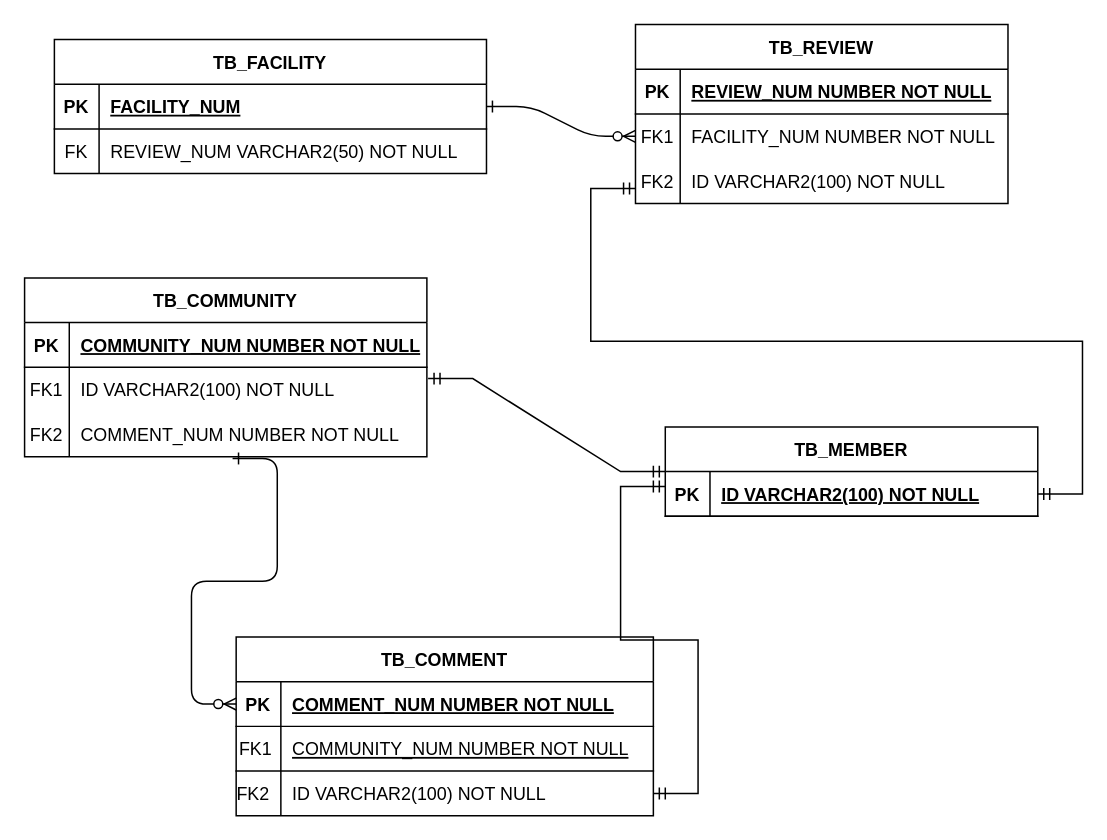
rimgosu/ProjectStudy keeps this draw.io diagram as document/제목 없는 다이어그램.drawio. Above is the earlier version. Source tidied: cells renumbered, new cells numbered last; positions are measured from the earlier drawing's top-left corner, leaving out a move shared by most shapes. Both pictures are drawn from the tidied source at 149%, with x=0, y=0 at pixel (24, 24).
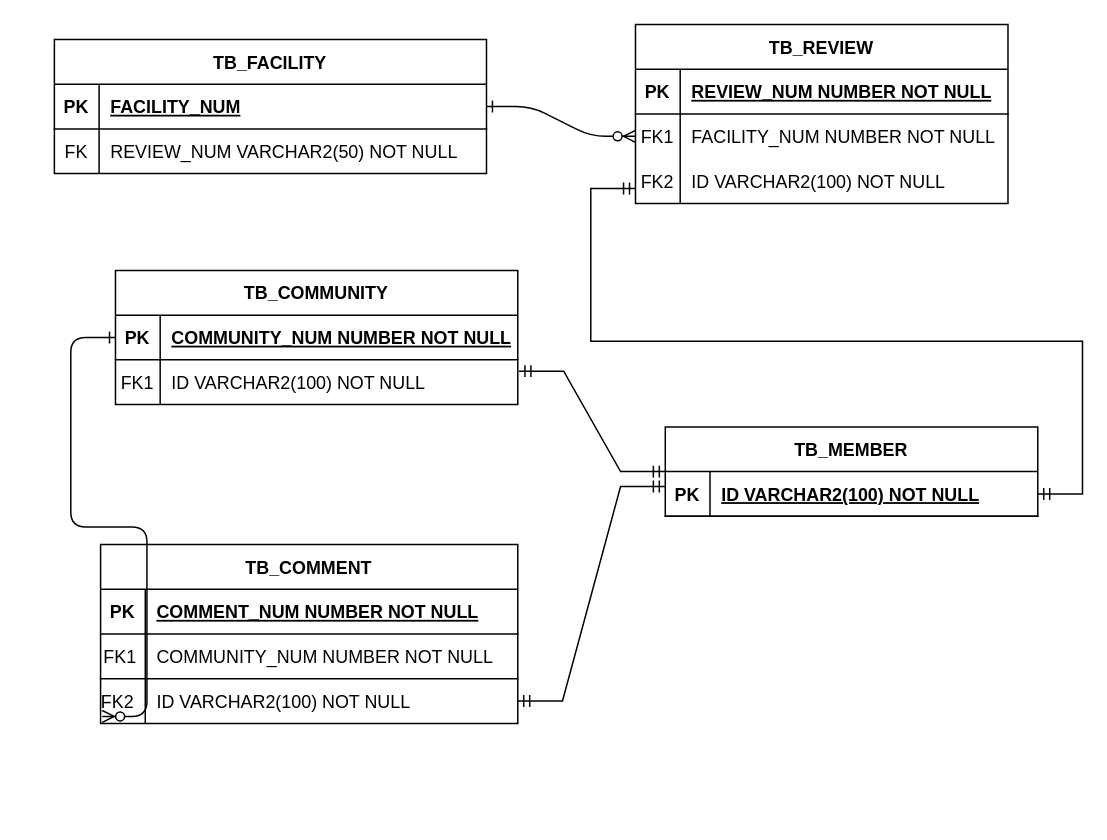
After the change.

Commit message:
제목 없는 다이어그램.drawio 업데이트

The change refers to these unchanged cells:
```xml
<mxCell id="25" style="shape=partialRectangle;fillColor=none;points=[[0,0.5],[1,0.5]];portConstraint=eastwest;top=0;left=0;right=0;bottom=1;" parent="24" vertex="1">
  <mxGeometry y="30" width="270" height="30" as="geometry" />
</mxCell>
<mxCell id="35" style="shape=partialRectangle;fillColor=none;points=[[0,0.5],[1,0.5]];portConstraint=eastwest;top=0;left=0;right=0;bottom=1;" parent="34" vertex="1">
  <mxGeometry y="30" width="280" height="30" as="geometry" />
</mxCell>
<mxCell id="38" style="shape=partialRectangle;fillColor=none;top=0;left=0;right=0;bottom=1;" parent="34" vertex="1">
  <mxGeometry y="60" width="280" height="30" as="geometry" />
</mxCell>
<mxCell id="41" style="shape=partialRectangle;fillColor=none;points=[[0,0.5],[1,0.5]];portConstraint=eastwest;top=0;left=0;right=0;bottom=0;" parent="34" vertex="1">
  <mxGeometry y="90" width="280" height="30" as="geometry" />
</mxCell>
```

Change to the diagram source:
```diff
@@
     <mxCell id="24" value="TB_COMMUNITY" style="shape=table;startSize=30;childLayout=tableLayout;rowLines=0;fontStyle=1;align=center;" parent="1" vertex="1">
-      <mxGeometry y="170" width="270" height="120" as="geometry" />
+      <mxGeometry x="61" y="165" width="270" height="90" as="geometry" />
     </mxCell>
@@
-    <mxCell id="31" style="shape=partialRectangle;fillColor=none;points=[[0,0.5],[1,0.5]];portConstraint=eastwest;top=0;left=0;right=0;bottom=0;" parent="24" vertex="1">
-      <mxGeometry y="90" width="270" height="30" as="geometry" />
-    </mxCell>
-    <mxCell id="32" value="FK2" style="shape=partialRectangle;overflow=hidden;fillColor=none;top=0;left=0;bottom=0;right=0;" parent="31" vertex="1">
-      <mxGeometry width="30" height="30" as="geometry" />
-    </mxCell>
-    <mxCell id="33" value="COMMENT_NUM NUMBER NOT NULL" style="shape=partialRectangle;overflow=hidden;fillColor=none;top=0;left=0;bottom=0;right=0;align=left;spacingLeft=6;" parent="31" vertex="1">
-      <mxGeometry x="30" width="240" height="30" as="geometry" />
-    </mxCell>
     <mxCell id="34" value="TB_COMMENT" style="shape=table;startSize=30;childLayout=tableLayout;rowLines=0;fontStyle=1;align=center;" parent="1" vertex="1">
-      <mxGeometry x="142" y="411" width="280" height="120" as="geometry" />
+      <mxGeometry x="51" y="349" width="280" height="120" as="geometry" />
     </mxCell>
@@
-    <mxCell id="40" value="COMMUNITY_NUM NUMBER NOT NULL" style="shape=partialRectangle;overflow=hidden;fillColor=none;top=0;left=0;bottom=0;right=0;align=left;spacingLeft=6;fontStyle=4;" parent="38" vertex="1">
+    <mxCell id="40" value="COMMUNITY_NUM NUMBER NOT NULL" style="shape=partialRectangle;overflow=hidden;fillColor=none;top=0;left=0;bottom=0;right=0;align=left;spacingLeft=6;fontStyle=0;" parent="38" vertex="1">
       <mxGeometry x="30" width="250" height="30" as="geometry" />
     </mxCell>
@@
-    <mxCell id="46" style="edgeStyle=entityRelationEdgeStyle;endArrow=ERzeroToMany;startArrow=ERone;endFill=1;startFill=0;entryX=0;entryY=0.5;entryDx=0;entryDy=0;exitX=0.517;exitY=1.04;exitDx=0;exitDy=0;exitPerimeter=0;" parent="1" edge="1" source="31" target="35">
+    <mxCell id="46" style="edgeStyle=entityRelationEdgeStyle;endArrow=ERzeroToMany;startArrow=ERone;endFill=1;startFill=0;exitX=0;exitY=0.5;exitDx=0;exitDy=0;entryX=0.004;entryY=0.844;entryDx=0;entryDy=0;entryPerimeter=0;" parent="1" edge="1" source="25" target="41">
       <mxGeometry relative="1" as="geometry" />
     </mxCell>
```
